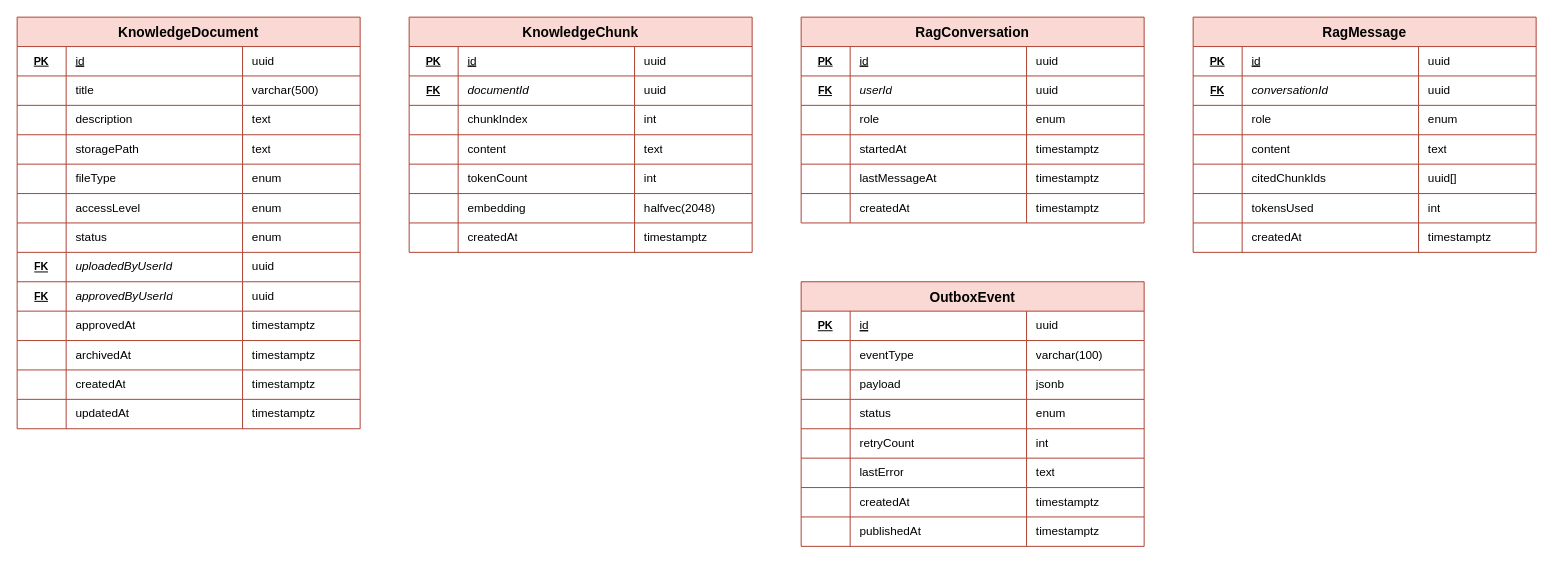
Before: db-schema/rag-ai/schema.drawio in SU26SE101-Capstone-Project-VietRide/SU26SE101-Capstone-Project-VietRide-BE, a draw.io diagram. Source tidied: cells renumbered, new cells numbered last; positions are measured from the earlier drawing's top-left corner, leaving out a move shared by most shapes. Both pictures are drawn from the tidied source at 98%, with x=0, y=0 at pixel (17, 17).
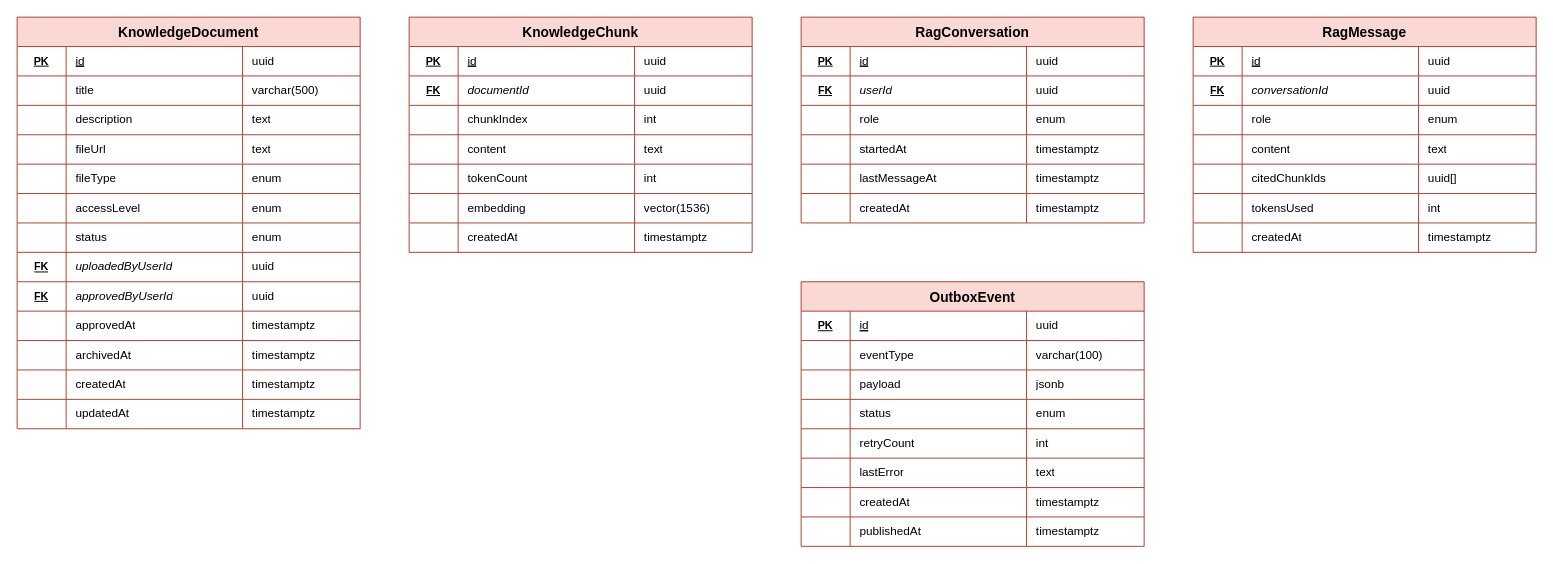
Above is the later version.

The change refers to these unchanged cells:
```xml
<mxCell id="15" style="shape=tableRow;horizontal=0;startSize=0;swimlaneHead=0;swimlaneBody=0;strokeColor=inherit;top=0;left=0;bottom=0;right=0;fillColor=none;fontSize=12;" parent="2" vertex="1">
  <mxGeometry y="120" width="350" height="30" as="geometry" />
</mxCell>
<mxCell id="76" style="shape=tableRow;horizontal=0;startSize=0;swimlaneHead=0;swimlaneBody=0;strokeColor=inherit;top=0;left=0;bottom=0;right=0;fillColor=none;fontSize=12;" parent="55" vertex="1">
  <mxGeometry y="180" width="350" height="30" as="geometry" />
</mxCell>
```

Change to the diagram source:
```diff
@@
-    <mxCell id="17" value="storagePath" style="shape=partialRectangle;html=1;whiteSpace=wrap;strokeColor=inherit;overflow=hidden;fillColor=none;top=0;left=0;bottom=0;right=0;fontSize=12;align=left;spacingLeft=8;" parent="15" vertex="1">
+    <mxCell id="17" value="fileUrl" style="shape=partialRectangle;html=1;whiteSpace=wrap;strokeColor=inherit;overflow=hidden;fillColor=none;top=0;left=0;bottom=0;right=0;fontSize=12;align=left;spacingLeft=8;" parent="15" vertex="1">
       <mxGeometry x="50" width="180" height="30" as="geometry" />
     </mxCell>
@@
-    <mxCell id="79" value="halfvec(2048)" style="shape=partialRectangle;html=1;whiteSpace=wrap;strokeColor=inherit;overflow=hidden;fillColor=none;top=0;left=0;bottom=0;right=0;fontSize=12;align=left;spacingLeft=8;" parent="76" vertex="1">
+    <mxCell id="79" value="vector(1536)" style="shape=partialRectangle;html=1;whiteSpace=wrap;strokeColor=inherit;overflow=hidden;fillColor=none;top=0;left=0;bottom=0;right=0;fontSize=12;align=left;spacingLeft=8;" parent="76" vertex="1">
       <mxGeometry x="230" width="120" height="30" as="geometry" />
     </mxCell>
```
